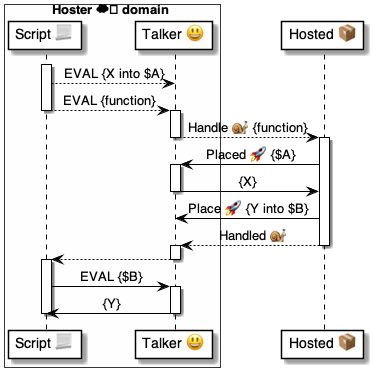
This is 4 ⚙️ Solution/35 💬 Chats/😃 Talkers/😃⏩ Talker flows/Holders API 📦⏩😃/😃 Placeholders ⚙️ uml.png from pollyweb-org/pollyweb-docs, a PlantUML export, as it was before one commit. Its source is kept beside it as 4 ⚙️ Solution/35 💬 Chats/😃 Talkers/😃⏩ Talker flows/Holders API 📦⏩😃/😃 Placeholders ⚙️ uml.puml.
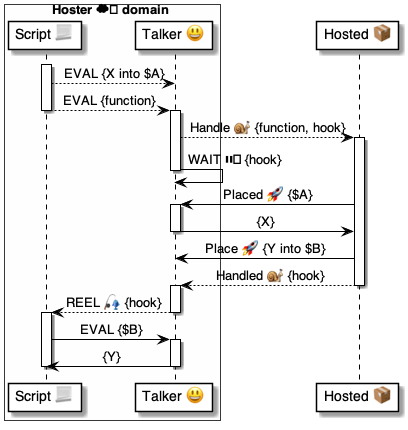
Above is the later version.

Diff of the diagram source:
```diff
@@ -13,10 +13,10 @@
 
 
 activate talker
-    talker --> hosted: Handle 🐌 {function}
+    talker --> hosted: Handle 🐌 {function, hook}
+activate hosted
+    talker -> talker: WAIT ⏸️ {hook}
 deactivate talker
-
-activate hosted
 
     hosted -> talker: Placed 🚀 {$A}
 
@@ -26,11 +26,11 @@
 
     hosted -> talker: Place 🚀 {Y into $B}
 
-    hosted --> talker: Handled 🐌
+    hosted --> talker: Handled 🐌 {hook}
 deactivate hosted
 
 activate talker
-    talker --> script:
+    talker --> script: REEL 🎣 {hook}
 deactivate talker
 
 activate script
```
